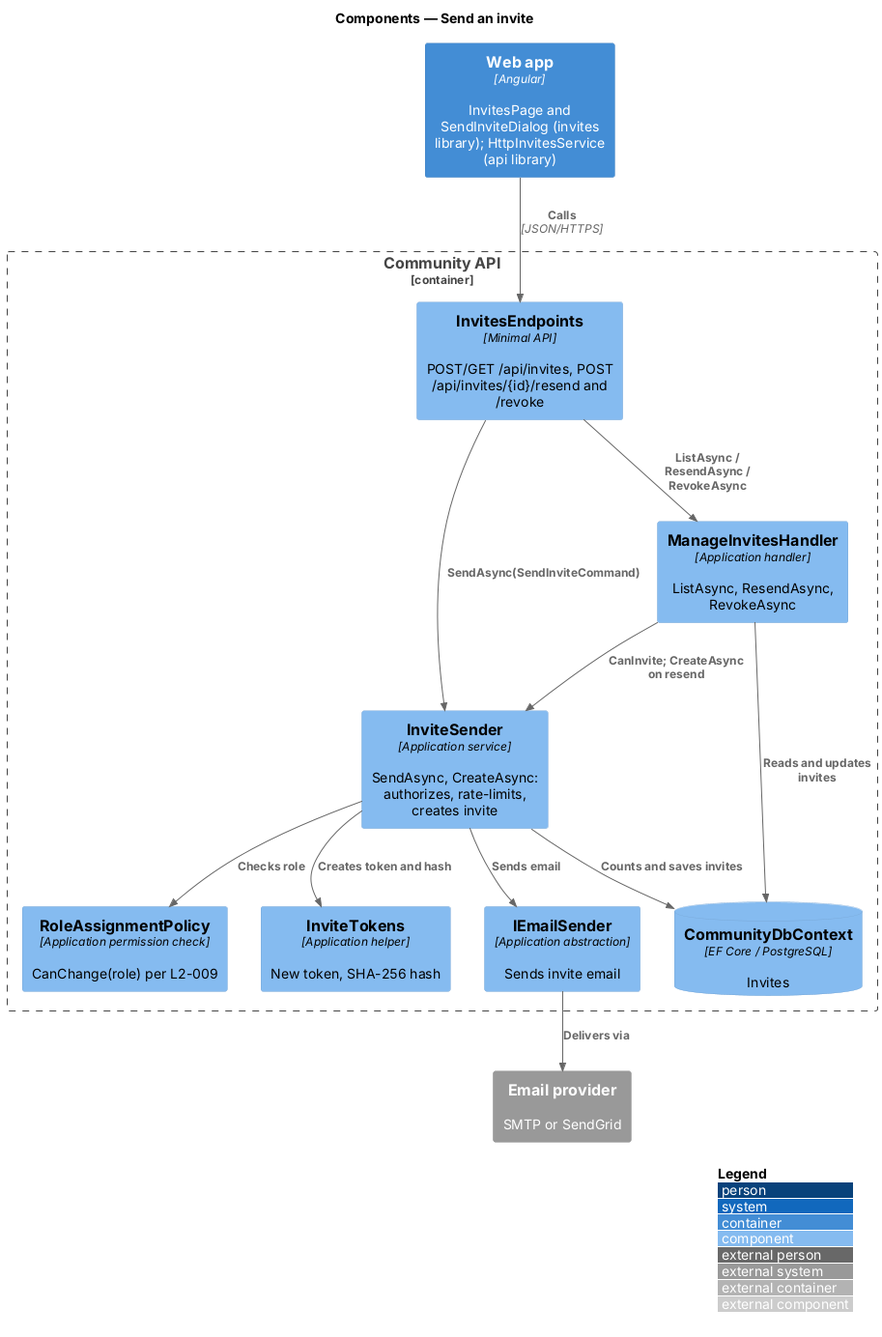
Before: docs/detailed-designs/invites/send-invite/diagrams/c4-component.png, a diagram exported from PlantUML (QuinntyneBrown/faithtech-community). Source of this version:
```plantuml
@startuml
!include <C4/C4_Component>
LAYOUT_WITH_LEGEND()
title Components — Send an invite

Container(spa, "Web app", "Angular", "InvitesPage and SendInviteDialog (invites library); HttpInvitesService (api library)")
Container_Boundary(api, "Community API") {
  Component(ep, "InvitesEndpoints", "Minimal API", "POST/GET /api/invites, POST /api/invites/{id}/resend and /revoke")
  Component(sh, "InviteSender", "Application service", "SendAsync, CreateAsync: authorizes, rate-limits, creates invite")
  Component(mh, "ManageInvitesHandler", "Application handler", "ListAsync, ResendAsync, RevokeAsync")
  Component(rp, "RoleAssignmentPolicy", "Application permission check", "CanChange(role) per L2-009")
  Component(tok, "InviteTokens", "Application helper", "New token, SHA-256 hash")
  Component(es, "IEmailSender", "Application abstraction", "Sends invite email")
  ComponentDb(db, "CommunityDbContext", "EF Core / PostgreSQL", "Invites")
}
System_Ext(email, "Email provider", "SMTP or SendGrid")
Rel(spa, ep, "Calls", "JSON/HTTPS")
Rel(ep, sh, "SendAsync(SendInviteCommand)")
Rel(ep, mh, "ListAsync / ResendAsync / RevokeAsync")
Rel(mh, sh, "CanInvite; CreateAsync on resend")
Rel(sh, rp, "Checks role")
Rel(sh, tok, "Creates token and hash")
Rel(sh, db, "Counts and saves invites")
Rel(sh, es, "Sends email")
Rel(mh, db, "Reads and updates invites")
Rel(es, email, "Delivers via")
@enduml
```
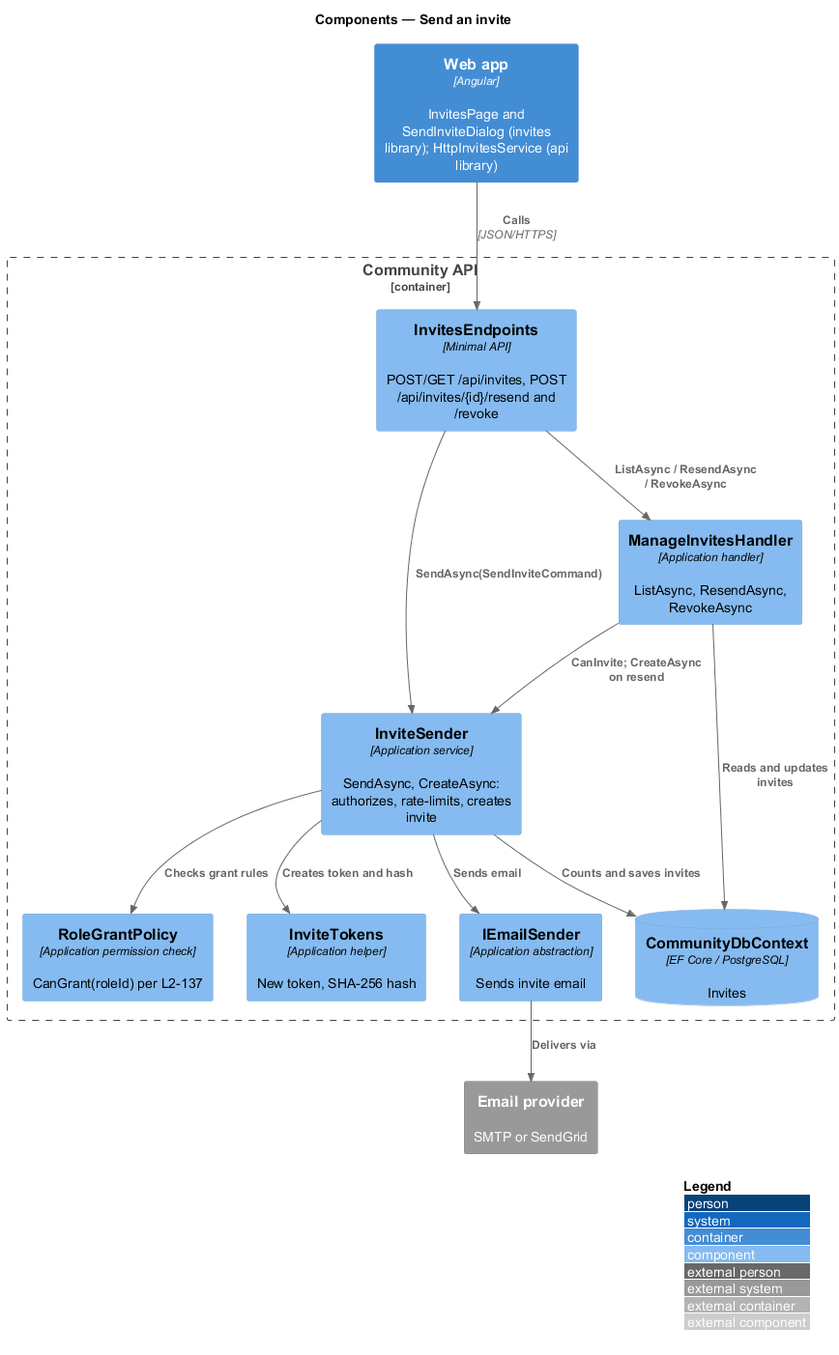
After the commit.

Diff of the diagram source:
```diff
@@ -8,7 +8,7 @@
   Component(ep, "InvitesEndpoints", "Minimal API", "POST/GET /api/invites, POST /api/invites/{id}/resend and /revoke")
   Component(sh, "InviteSender", "Application service", "SendAsync, CreateAsync: authorizes, rate-limits, creates invite")
   Component(mh, "ManageInvitesHandler", "Application handler", "ListAsync, ResendAsync, RevokeAsync")
-  Component(rp, "RoleAssignmentPolicy", "Application permission check", "CanChange(role) per L2-009")
+  Component(rp, "RoleGrantPolicy", "Application permission check", "CanGrant(roleId) per L2-137")
   Component(tok, "InviteTokens", "Application helper", "New token, SHA-256 hash")
   Component(es, "IEmailSender", "Application abstraction", "Sends invite email")
   ComponentDb(db, "CommunityDbContext", "EF Core / PostgreSQL", "Invites")
@@ -18,7 +18,7 @@
 Rel(ep, sh, "SendAsync(SendInviteCommand)")
 Rel(ep, mh, "ListAsync / ResendAsync / RevokeAsync")
 Rel(mh, sh, "CanInvite; CreateAsync on resend")
-Rel(sh, rp, "Checks role")
+Rel(sh, rp, "Checks grant rules")
 Rel(sh, tok, "Creates token and hash")
 Rel(sh, db, "Counts and saves invites")
 Rel(sh, es, "Sends email")
```
